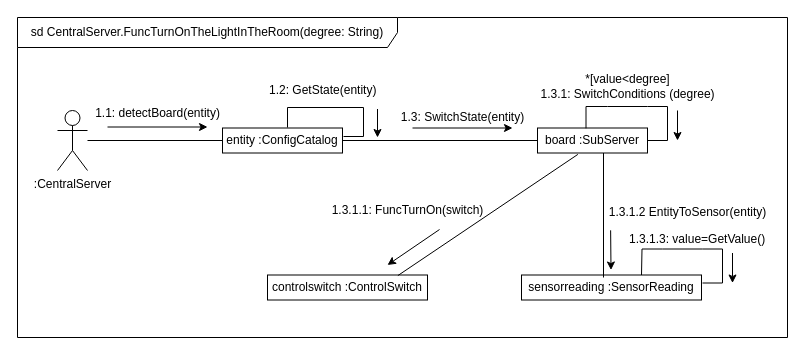
Above: LAB2/Communication_diagram.drawio in tireks/OOAP (draw.io), before the change. Source tidied: cells renumbered, new cells numbered last; positions are measured from the earlier drawing's top-left corner, leaving out a move shared by most shapes. Both pictures are drawn from the tidied source at 100%, with x=0, y=0 at pixel (17, 17).
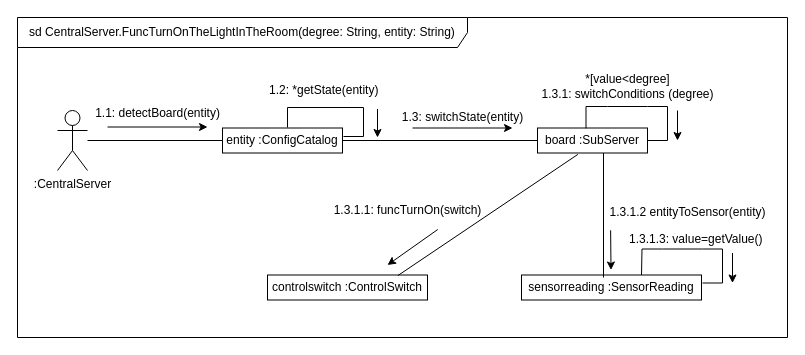
The same page after the edit.

The edit, as a diff of the source:
```diff
@@
-    <mxCell id="2" value="sd CentralServer.FuncTurnOnTheLightInTheRoom(degree: String)" style="shape=umlFrame;whiteSpace=wrap;html=1;width=380;height=30;" parent="1" vertex="1">
+    <mxCell id="2" value="sd CentralServer.FuncTurnOnTheLightInTheRoom(degree: String, entity: String)" style="shape=umlFrame;whiteSpace=wrap;html=1;width=450;height=30;" parent="1" vertex="1">
       <mxGeometry width="770" height="320" as="geometry" />
     </mxCell>
@@
-    <mxCell id="22" value="1.3.1.3: value=GetValue()" style="text;whiteSpace=wrap;" parent="1" vertex="1">
+    <mxCell id="22" value="1.3.1.3: value=getValue()" style="text;whiteSpace=wrap;" parent="1" vertex="1">
       <mxGeometry x="610" y="207.5" width="140" height="20" as="geometry" />
     </mxCell>
@@
-    <mxCell id="24" value="1.3.1.1: FuncTurnOn(switch)" style="text;html=1;align=center;verticalAlign=middle;points=[];strokeColor=none;fillColor=none;" parent="1" vertex="1">
-      <mxGeometry x="300" y="177.5" width="180" height="30" as="geometry" />
+    <mxCell id="24" value="1.3.1.1: funcTurnOn(switch)" style="text;html=1;align=center;verticalAlign=middle;points=[];strokeColor=none;fillColor=none;" parent="1" vertex="1">
+      <mxGeometry x="305" y="177.5" width="170" height="30" as="geometry" />
     </mxCell>
-    <mxCell id="25" value="1.2: GetState(entity)" style="text;whiteSpace=wrap;" parent="1" vertex="1">
+    <mxCell id="25" value="1.2: *getState(entity)" style="text;whiteSpace=wrap;" parent="1" vertex="1">
       <mxGeometry x="250" y="59" width="150" height="30" as="geometry" />
     </mxCell>
@@
-    <mxCell id="28" value="1.3.1.2 EntityToSensor(entity)" style="text;html=1;align=center;verticalAlign=middle;points=[];strokeColor=none;fillColor=none;" parent="1" vertex="1">
+    <mxCell id="28" value="1.3.1.2 entityToSensor(entity)" style="text;html=1;align=center;verticalAlign=middle;points=[];strokeColor=none;fillColor=none;" parent="1" vertex="1">
       <mxGeometry x="580" y="180" width="180" height="30" as="geometry" />
     </mxCell>
-    <mxCell id="29" value="*[value&amp;lt;degree] &lt;br&gt;1.3.1: SwitchConditions (degree)" style="text;html=1;align=center;verticalAlign=middle;strokeColor=none;fillColor=none;" parent="1" vertex="1">
+    <mxCell id="29" value="*[value&amp;lt;degree] &lt;br&gt;1.3.1: switchConditions (degree)" style="text;html=1;align=center;verticalAlign=middle;strokeColor=none;fillColor=none;" parent="1" vertex="1">
       <mxGeometry x="510" y="49" width="200" height="40" as="geometry" />
     </mxCell>
@@
-    <mxCell id="32" value="1.3:&amp;nbsp;SwitchState(entity)" style="text;html=1;align=center;verticalAlign=middle;strokeColor=none;fillColor=none;" parent="1" vertex="1">
-      <mxGeometry x="370" y="85" width="150" height="30" as="geometry" />
+    <mxCell id="32" value="1.3: switchState(entity)" style="text;html=1;align=center;verticalAlign=middle;strokeColor=none;fillColor=none;" parent="1" vertex="1">
+      <mxGeometry x="375" y="85" width="140" height="30" as="geometry" />
     </mxCell>
```
